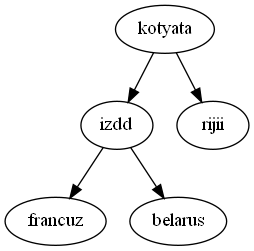
Before: akinator/ak.png, a diagram exported from Graphviz (matmuher/flip-flop). Its source is kept beside it as akinator/ak.dot.
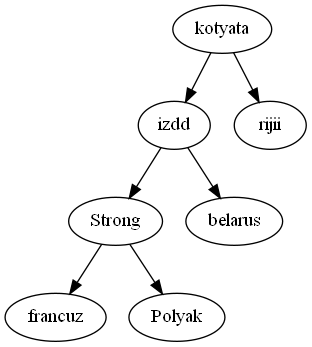
Above is the later version.

Change to the diagram source:
```diff
@@ -1,11 +1,15 @@
 digraph G {
-A00D82270 [label = "kotyata"];
-A00D82270 -> A00D82298;
-A00D82270 -> A00D82310;
-A00D82298 [label = "izdd"];
-A00D82298 -> A00D822C0;
-A00D82298 -> A00D822E8;
-A00D822C0 [label = "francuz"];
-A00D822E8 [label = "belarus"];
-A00D82310 [label = "rijii"];
+A00B22270 [label = "kotyata"];
+A00B22270 -> A00B22298;
+A00B22270 -> A00B22310;
+A00B22298 [label = "izdd"];
+A00B22298 -> A00B222C0;
+A00B22298 -> A00B222E8;
+A00B222C0 [label = "Strong"];
+A00B222C0 -> A00B23378;
+A00B222C0 -> A00B23350;
+A00B23378 [label = "francuz"];
+A00B23350 [label = "Polyak"];
+A00B222E8 [label = "belarus"];
+A00B22310 [label = "rijii"];
 }
```
